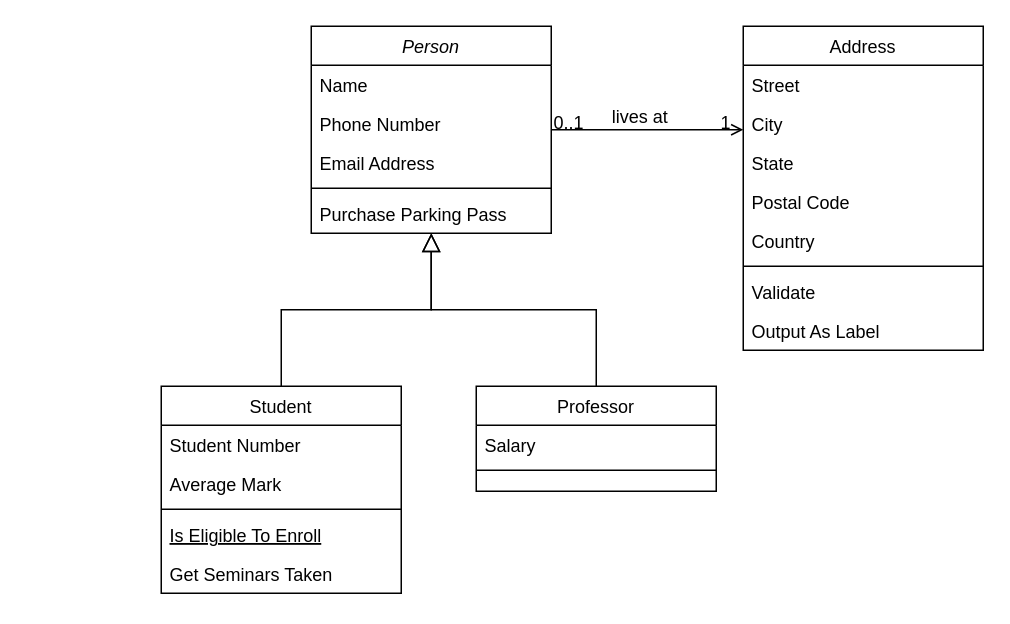
Earlier version of the draw.io diagram 类图.drawio (Admaing/test). Source tidied: cells renumbered, new cells numbered last; positions are measured from the earlier drawing's top-left corner, leaving out a move shared by most shapes. Both pictures are drawn from the tidied source at 150%, with x=0, y=0 at pixel (160, 26).
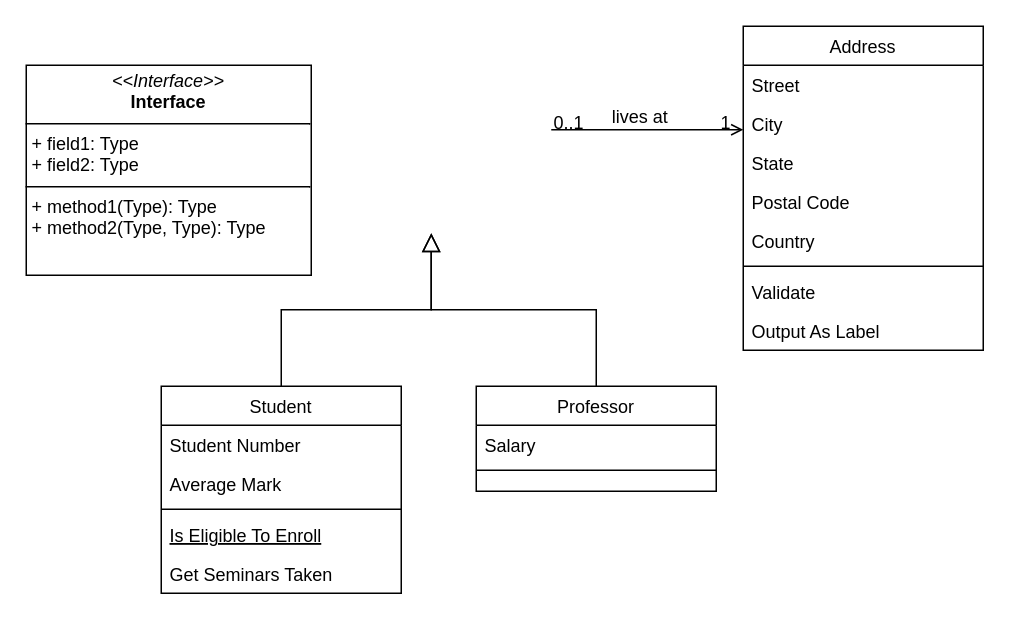
The same diagram, later.

The change refers to these unchanged cells:
```xml
<mxCell id="8" value="Student" style="swimlane;fontStyle=0;align=center;verticalAlign=top;horizontal=1;startSize=26;rounded=0;shadow=0;strokeWidth=1;" parent="1" vertex="1">
  <mxGeometry y="240" width="160" height="138" as="geometry" />
</mxCell>
<mxCell id="15" value="Professor" style="swimlane;fontStyle=0;align=center;verticalAlign=top;horizontal=1;startSize=26;rounded=0;shadow=0;strokeWidth=1;" parent="1" vertex="1">
  <mxGeometry x="210" y="240" width="160" height="70" as="geometry" />
</mxCell>
<mxCell id="19" value="Address" style="swimlane;fontStyle=0;align=center;verticalAlign=top;horizontal=1;startSize=26;rounded=0;shadow=0;strokeWidth=1;" parent="1" vertex="1">
  <mxGeometry x="388" width="160" height="216" as="geometry" />
</mxCell>
```

Diff of the diagram source:
```diff
@@
-    <mxCell id="2" value="Person" style="swimlane;fontStyle=2;align=center;verticalAlign=top;horizontal=1;startSize=26;rounded=0;shadow=0;strokeWidth=1;" parent="1" vertex="1">
-      <mxGeometry x="100" width="160" height="138" as="geometry" />
-    </mxCell>
-    <mxCell id="3" value="Name" style="text;align=left;verticalAlign=top;spacingLeft=4;spacingRight=4;overflow=hidden;" parent="2" vertex="1">
-      <mxGeometry y="26" width="160" height="26" as="geometry" />
-    </mxCell>
-    <mxCell id="4" value="Phone Number" style="text;align=left;verticalAlign=top;spacingLeft=4;spacingRight=4;overflow=hidden;rounded=0;shadow=0;html=0;" parent="2" vertex="1">
-      <mxGeometry y="52" width="160" height="26" as="geometry" />
-    </mxCell>
-    <mxCell id="5" value="Email Address" style="text;align=left;verticalAlign=top;spacingLeft=4;spacingRight=4;overflow=hidden;rounded=0;shadow=0;html=0;" parent="2" vertex="1">
-      <mxGeometry y="78" width="160" height="26" as="geometry" />
-    </mxCell>
-    <mxCell id="6" style="line;html=1;strokeWidth=1;align=left;verticalAlign=middle;spacingTop=-1;spacingLeft=3;spacingRight=3;labelPosition=right;" parent="2" vertex="1">
-      <mxGeometry y="104" width="160" height="8" as="geometry" />
-    </mxCell>
-    <mxCell id="7" value="Purchase Parking Pass" style="text;align=left;verticalAlign=top;spacingLeft=4;spacingRight=4;overflow=hidden;" parent="2" vertex="1">
-      <mxGeometry y="112" width="160" height="26" as="geometry" />
-    </mxCell>
@@
-    <mxCell id="14" style="endArrow=block;endSize=10;endFill=0;shadow=0;strokeWidth=1;rounded=0;curved=0;edgeStyle=elbowEdgeStyle;elbow=vertical;" parent="1" edge="1" source="8" target="2">
-      <mxGeometry relative="1" as="geometry" />
+    <mxCell id="14" style="endArrow=block;endSize=10;endFill=0;shadow=0;strokeWidth=1;rounded=0;curved=0;edgeStyle=elbowEdgeStyle;elbow=vertical;" parent="1" edge="1" source="8">
+      <mxGeometry relative="1" as="geometry">
+        <mxPoint x="180" y="138" as="targetPoint" />
+      </mxGeometry>
     </mxCell>
@@
-    <mxCell id="18" style="endArrow=block;endSize=10;endFill=0;shadow=0;strokeWidth=1;rounded=0;curved=0;edgeStyle=elbowEdgeStyle;elbow=vertical;" parent="1" edge="1" source="15" target="2">
-      <mxGeometry relative="1" as="geometry" />
+    <mxCell id="18" style="endArrow=block;endSize=10;endFill=0;shadow=0;strokeWidth=1;rounded=0;curved=0;edgeStyle=elbowEdgeStyle;elbow=vertical;" parent="1" edge="1" source="15">
+      <mxGeometry relative="1" as="geometry">
+        <mxPoint x="180" y="138" as="targetPoint" />
+      </mxGeometry>
     </mxCell>
@@
-    <mxCell id="28" style="endArrow=open;shadow=0;strokeWidth=1;rounded=0;curved=0;endFill=1;edgeStyle=elbowEdgeStyle;elbow=vertical;" parent="1" edge="1" source="2" target="19">
+    <mxCell id="28" style="endArrow=open;shadow=0;strokeWidth=1;rounded=0;curved=0;endFill=1;edgeStyle=elbowEdgeStyle;elbow=vertical;" parent="1" edge="1" target="19">
       <mxGeometry x="0.5" y="41" relative="1" as="geometry">
+        <mxPoint x="260" y="69" as="sourcePoint" />
         <mxPoint x="-40" y="32" as="offset" />
       </mxGeometry>
     </mxCell>
@@
+    <mxCell id="32" value="&lt;p style=&quot;margin:0px;margin-top:4px;text-align:center;&quot;&gt;&lt;i&gt;&amp;lt;&amp;lt;Interface&amp;gt;&amp;gt;&lt;/i&gt;&lt;br/&gt;&lt;b&gt;Interface&lt;/b&gt;&lt;/p&gt;&lt;hr size=&quot;1&quot; style=&quot;border-style:solid;&quot;/&gt;&lt;p style=&quot;margin:0px;margin-left:4px;&quot;&gt;+ field1: Type&lt;br/&gt;+ field2: Type&lt;/p&gt;&lt;hr size=&quot;1&quot; style=&quot;border-style:solid;&quot;/&gt;&lt;p style=&quot;margin:0px;margin-left:4px;&quot;&gt;+ method1(Type): Type&lt;br/&gt;+ method2(Type, Type): Type&lt;/p&gt;" style="verticalAlign=top;align=left;overflow=fill;html=1;whiteSpace=wrap;" parent="1" vertex="1">
+      <mxGeometry x="-90" y="26" width="190" height="140" as="geometry" />
+    </mxCell>
```
